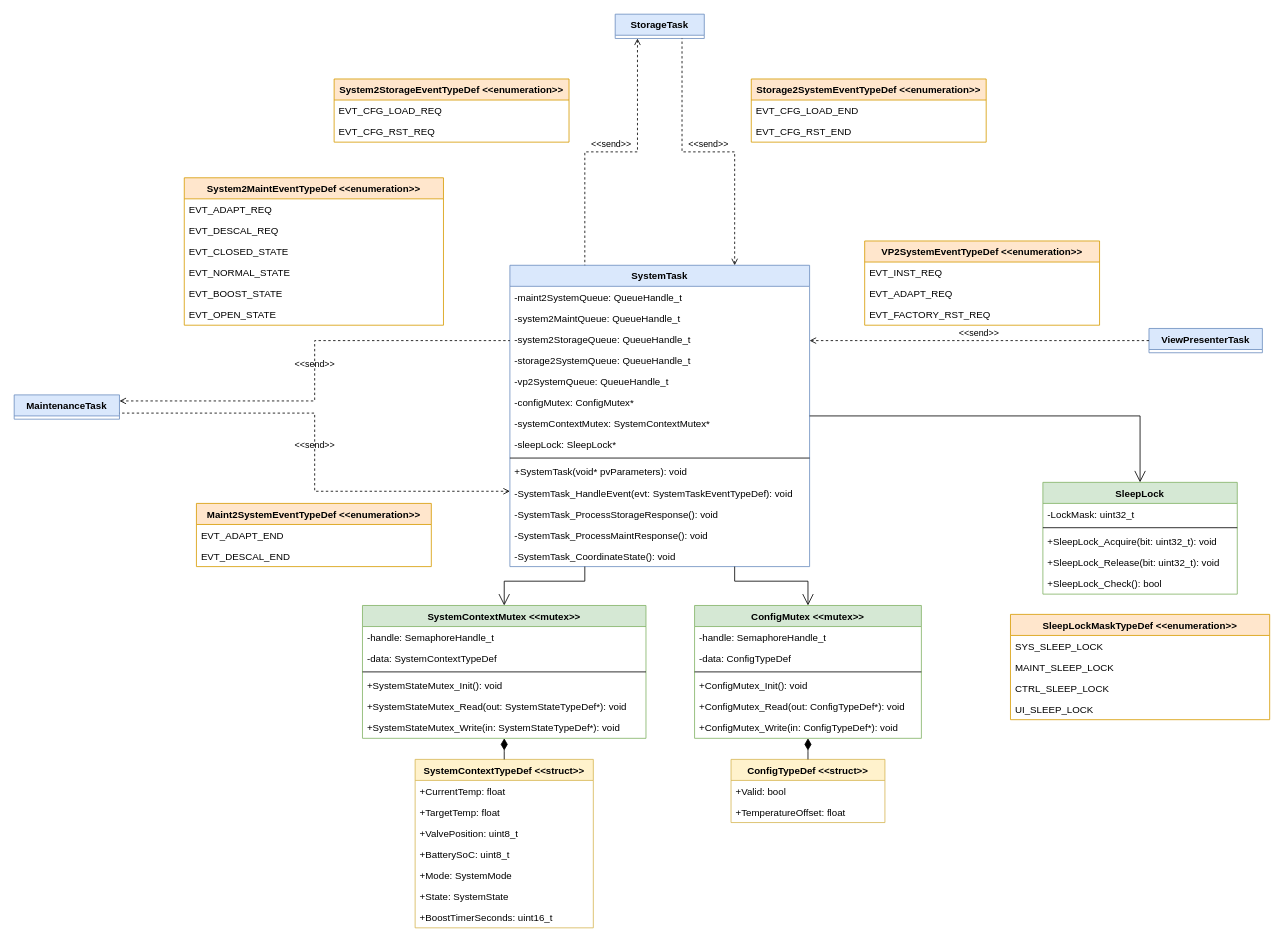
This is page "core" (2 of 6) of software/diagrams/mt-rt-sw-design.drawio from MiraTherm/miratherm-radiator-thermostat-documentation, a draw.io file, before an edit. Source tidied: cells renumbered, new cells numbered last; positions are measured from the earlier drawing's top-left corner, leaving out a move shared by most shapes. Both pictures are drawn from the tidied source at 81%, with x=0, y=0 at pixel (14, 14).
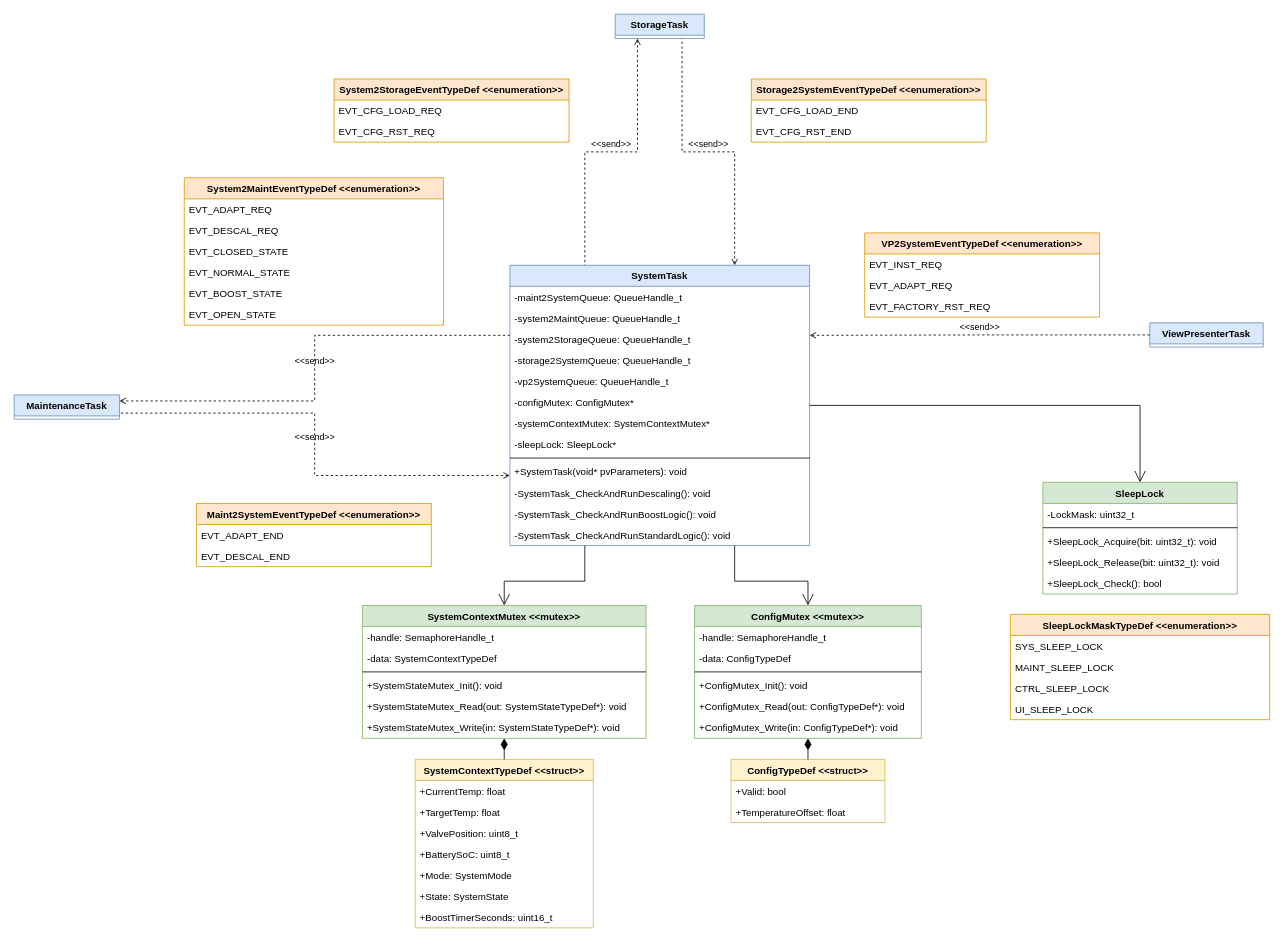
After the change.

Unchanged cells that the change refers to:
```xml
<mxCell id="2" value="SleepLock" style="swimlane;fontStyle=1;horizontal=1;startSize=26;fillColor=#d5e8d4;strokeColor=#82b366;" parent="1" vertex="1">
  <mxGeometry x="1270" y="578" width="240" height="138" as="geometry" />
</mxCell>
```

Diff of the diagram source:
```diff
@@
     <mxCell id="8" value="SystemTask" style="swimlane;fontStyle=1;horizontal=1;startSize=26;fillColor=#dae8fc;strokeColor=#6c8ebf;" parent="1" vertex="1">
-      <mxGeometry x="612" y="310" width="370" height="372" as="geometry" />
+      <mxGeometry x="612" y="310" width="370" height="346" as="geometry" />
     </mxCell>
@@
-    <mxCell id="19" value="-SystemTask_HandleEvent(evt: SystemTaskEventTypeDef): void" style="text;strokeColor=none;fillColor=none;align=left;verticalAlign=top;spacingLeft=4;spacingRight=4;overflow=hidden;" parent="8" vertex="1">
-      <mxGeometry y="268" width="370" height="26" as="geometry" />
-    </mxCell>
-    <mxCell id="20" value="-SystemTask_ProcessStorageResponse(): void" style="text;strokeColor=none;fillColor=none;align=left;verticalAlign=top;spacingLeft=4;spacingRight=4;overflow=hidden;" parent="8" vertex="1">
-      <mxGeometry y="294" width="370" height="26" as="geometry" />
+    <mxCell id="20" value="-SystemTask_CheckAndRunDescaling(): void" style="text;strokeColor=none;fillColor=none;align=left;verticalAlign=top;spacingLeft=4;spacingRight=4;overflow=hidden;" parent="8" vertex="1">
+      <mxGeometry y="268" width="370" height="26" as="geometry" />
     </mxCell>
-    <mxCell id="21" value="-SystemTask_ProcessMaintResponse(): void" style="text;strokeColor=none;fillColor=none;align=left;verticalAlign=top;spacingLeft=4;spacingRight=4;overflow=hidden;" parent="8" vertex="1">
-      <mxGeometry y="320" width="370" height="26" as="geometry" />
+    <mxCell id="21" value="-SystemTask_CheckAndRunBoostLogic(): void" style="text;strokeColor=none;fillColor=none;align=left;verticalAlign=top;spacingLeft=4;spacingRight=4;overflow=hidden;" parent="8" vertex="1">
+      <mxGeometry y="294" width="370" height="26" as="geometry" />
     </mxCell>
-    <mxCell id="22" value="-SystemTask_CoordinateState(): void" style="text;strokeColor=none;fillColor=none;align=left;verticalAlign=top;spacingLeft=4;spacingRight=4;overflow=hidden;" parent="8" vertex="1">
-      <mxGeometry y="346" width="370" height="26" as="geometry" />
+    <mxCell id="22" value="-SystemTask_CheckAndRunStandardLogic(): void" style="text;strokeColor=none;fillColor=none;align=left;verticalAlign=top;spacingLeft=4;spacingRight=4;overflow=hidden;" parent="8" vertex="1">
+      <mxGeometry y="320" width="370" height="26" as="geometry" />
     </mxCell>
     <mxCell id="23" value="ViewPresenterTask" style="swimlane;fontStyle=1;horizontal=1;startSize=26;fillColor=#dae8fc;strokeColor=#6c8ebf;" parent="1" vertex="1" collapsed="1">
-      <mxGeometry x="1401" y="388" width="140" height="30" as="geometry" />
+      <mxGeometry x="1402" y="381" width="140" height="30" as="geometry" />
     </mxCell>
@@
     <mxCell id="78" value="VP2SystemEventTypeDef &lt;&lt;enumeration&gt;&gt;" style="swimlane;fontStyle=1;horizontal=1;startSize=26;fillColor=#ffe6cc;strokeColor=#d79b00;" parent="1" vertex="1">
-      <mxGeometry x="1050" y="280" width="290" height="104" as="geometry" />
+      <mxGeometry x="1050" y="270" width="290" height="104" as="geometry" />
     </mxCell>
@@
     <mxCell id="88" style="endArrow=open;endFill=1;endSize=12;html=1;rounded=0;edgeStyle=orthogonalEdgeStyle;entryX=0.5;entryY=0;entryDx=0;entryDy=0;exitX=1;exitY=0.5;exitDx=0;exitDy=0;" parent="1" edge="1" source="8" target="2">
       <mxGeometry relative="1" as="geometry">
         <Array as="points">
-          <mxPoint x="1390" y="496" />
+          <mxPoint x="1390" y="483" />
         </Array>
       </mxGeometry>
     </mxCell>
```
